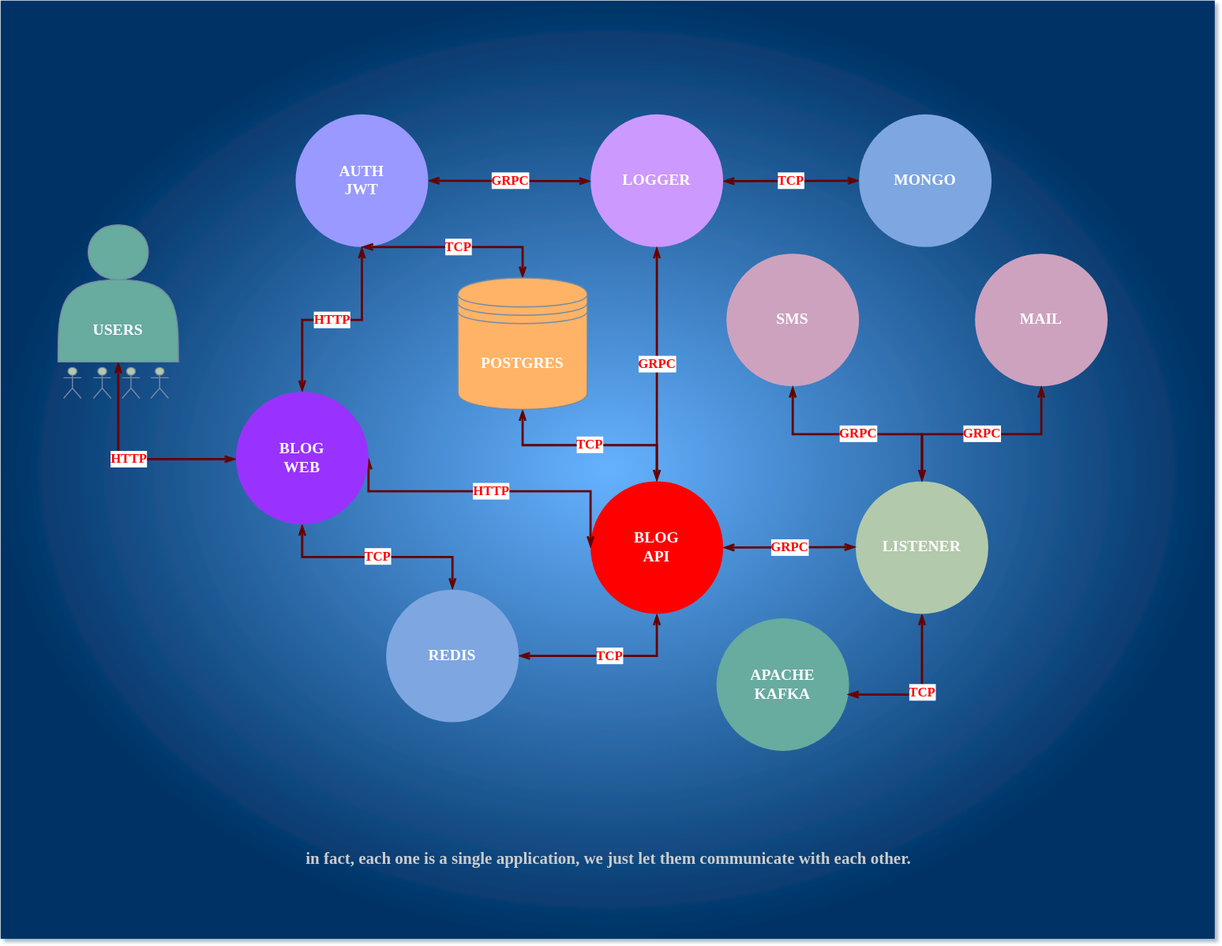
This is microservice.svg from mstgnz/microservice, a draw.io export, as it was before one commit. Source tidied: cells renumbered, new cells last; positions are measured from the earlier drawing's top-left corner, leaving out a move shared by most shapes.
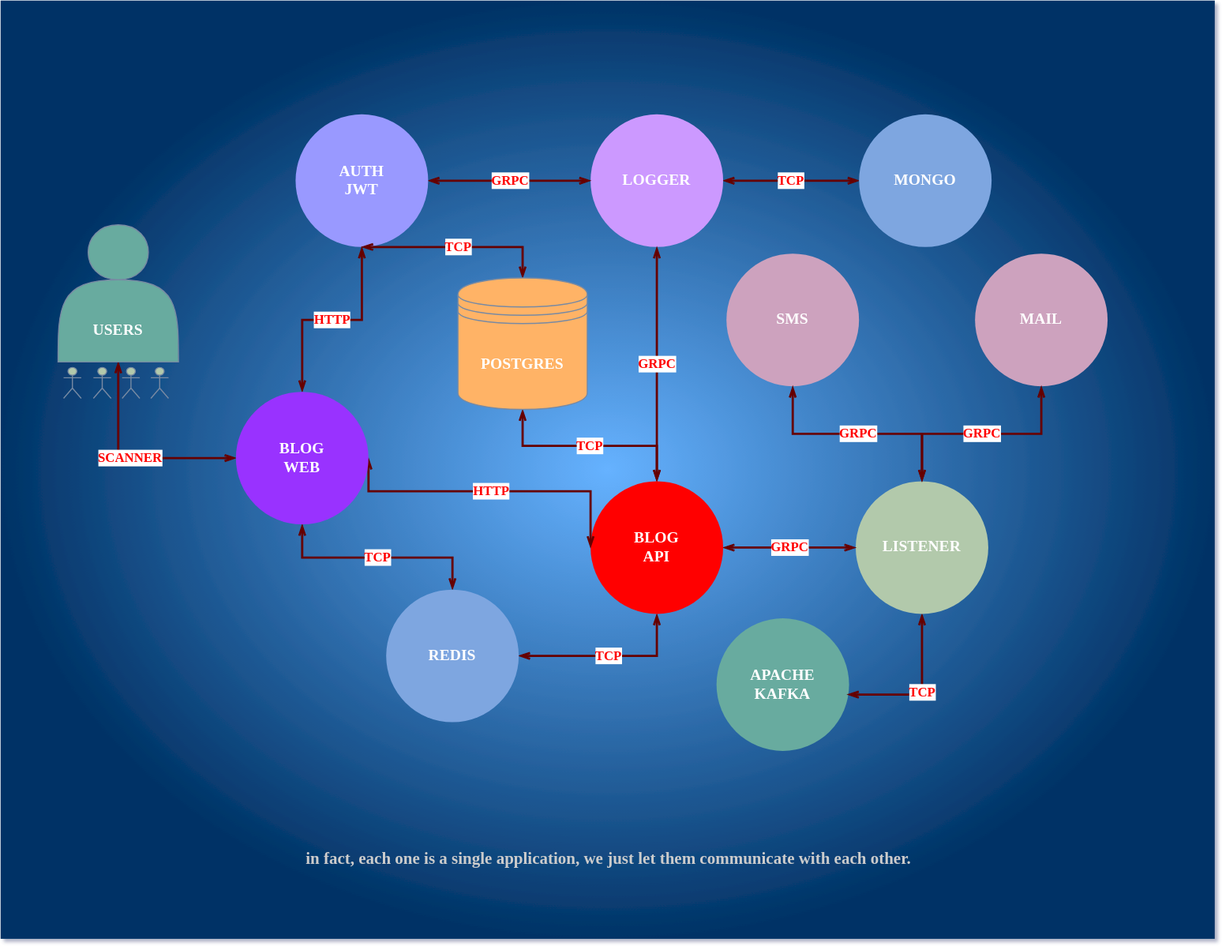
The same diagram one commit later.

Change to the diagram source:
```diff
@@ -5,9 +5,10 @@
     <mxCell id="2" style="rounded=0;whiteSpace=wrap;html=1;strokeColor=none;fontColor=#46495D;fillColor=#66B2FF;gradientColor=#003366;shadow=0;glass=0;gradientDirection=radial;" parent="1" vertex="1">
       <mxGeometry width="1099" height="849" as="geometry" />
     </mxCell>
-    <mxCell id="3" value="HTTP" style="edgeStyle=elbowEdgeStyle;jettySize=auto;html=1;exitX=0.5;exitY=1;exitDx=0;exitDy=0;strokeColor=#660000;fontColor=#FF0000;fillColor=#B2C9AB;strokeWidth=2;shadow=0;elbow=vertical;startArrow=openThin;startFill=0;endArrow=openThin;endFill=0;jumpStyle=line;rounded=0;fontStyle=1;fontFamily=Verdana;fontSize=12;entryX=0;entryY=0.5;entryDx=0;entryDy=0;" parent="1" edge="1" source="30" target="25">
+    <mxCell id="3" value="SCANNER" style="edgeStyle=elbowEdgeStyle;jettySize=auto;html=1;exitX=0.5;exitY=1;exitDx=0;exitDy=0;strokeColor=#660000;fontColor=#FF0000;fillColor=#B2C9AB;strokeWidth=2;shadow=0;elbow=vertical;startArrow=openThin;startFill=0;endArrow=openThin;endFill=0;jumpStyle=line;rounded=0;fontStyle=1;fontFamily=Verdana;fontSize=12;entryX=0;entryY=0.5;entryDx=0;entryDy=0;" parent="1" edge="1" source="30" target="25">
       <mxGeometry relative="1" as="geometry">
         <Array as="points">
+          <mxPoint x="170" y="414" />
           <mxPoint x="248" y="415" />
           <mxPoint x="268" y="613" />
         </Array>
```
